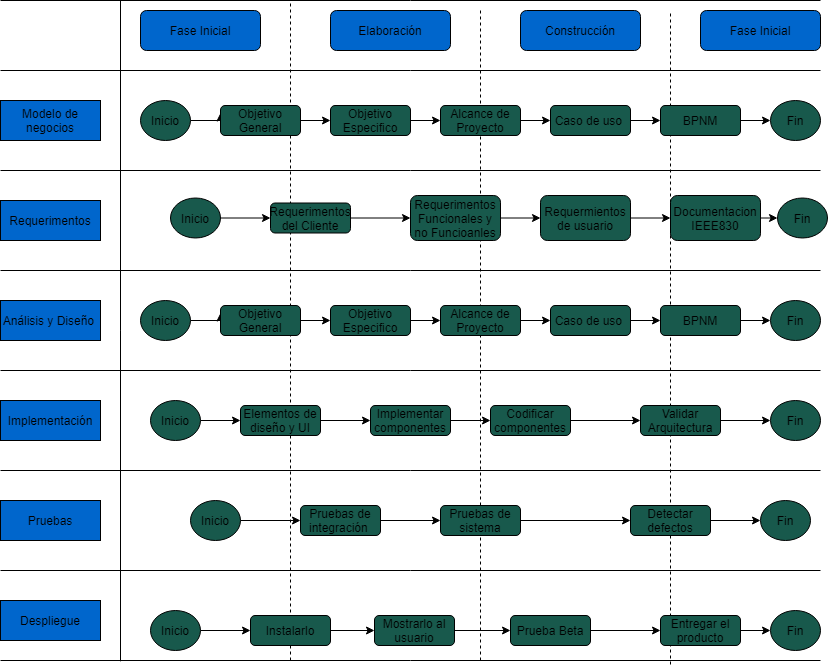
vanessamRodriguez/Analisis-Avanzado-de-Software keeps this draw.io diagram as Diagramas/Diagrama2.drawio.png. Above is the earlier version. Source tidied: cells renumbered, new cells last; positions are measured from the earlier drawing's top-left corner, leaving out a move shared by most shapes. The source it was exported from:
```xml
<mxGraphModel>
  <root>
    <mxCell id="0" />
    <mxCell id="1" parent="0" />
    <mxCell id="2" value="Modelo de negocios" style="rounded=0;whiteSpace=wrap;html=1;fillColor=#0066CC;" parent="1" vertex="1">
      <mxGeometry y="100" width="100" height="40" as="geometry" />
    </mxCell>
    <mxCell id="3" value="Requerimentos" style="rounded=0;whiteSpace=wrap;html=1;fillColor=#0066CC;" parent="1" vertex="1">
      <mxGeometry y="200" width="100" height="40" as="geometry" />
    </mxCell>
    <mxCell id="4" value="Análisis y Diseño&amp;nbsp;" style="rounded=0;whiteSpace=wrap;html=1;fillColor=#0066CC;" parent="1" vertex="1">
      <mxGeometry y="300" width="100" height="40" as="geometry" />
    </mxCell>
    <mxCell id="5" value="Implementación" style="rounded=0;whiteSpace=wrap;html=1;fillColor=#0066CC;" parent="1" vertex="1">
      <mxGeometry y="400" width="100" height="40" as="geometry" />
    </mxCell>
    <mxCell id="6" value="Pruebas" style="rounded=0;whiteSpace=wrap;html=1;fillColor=#0066CC;" parent="1" vertex="1">
      <mxGeometry y="500" width="100" height="40" as="geometry" />
    </mxCell>
    <mxCell id="7" value="Despliegue" style="rounded=0;whiteSpace=wrap;html=1;fillColor=#0066CC;" parent="1" vertex="1">
      <mxGeometry y="600" width="100" height="40" as="geometry" />
    </mxCell>
    <mxCell id="8" value="Fase Inicial" style="rounded=1;whiteSpace=wrap;html=1;fillColor=#0066CC;" parent="1" vertex="1">
      <mxGeometry x="140" y="10" width="120" height="40" as="geometry" />
    </mxCell>
    <mxCell id="9" value="Elaboración" style="rounded=1;whiteSpace=wrap;html=1;fillColor=#0066CC;" parent="1" vertex="1">
      <mxGeometry x="330" y="10" width="120" height="40" as="geometry" />
    </mxCell>
    <mxCell id="10" value="Construcción" style="rounded=1;whiteSpace=wrap;html=1;fillColor=#0066CC;" parent="1" vertex="1">
      <mxGeometry x="520" y="10" width="120" height="40" as="geometry" />
    </mxCell>
    <mxCell id="11" value="Fase Inicial" style="rounded=1;whiteSpace=wrap;html=1;fillColor=#0066CC;" parent="1" vertex="1">
      <mxGeometry x="700" y="10" width="120" height="40" as="geometry" />
    </mxCell>
    <mxCell id="12" style="endArrow=none;dashed=1;html=1;" parent="1" edge="1">
      <mxGeometry relative="1" as="geometry">
        <mxPoint x="290" y="660" as="sourcePoint" />
        <mxPoint x="290" as="targetPoint" />
      </mxGeometry>
    </mxCell>
    <mxCell id="13" style="endArrow=none;dashed=1;html=1;" parent="1" edge="1" source="81">
      <mxGeometry relative="1" as="geometry">
        <mxPoint x="480" y="10" as="targetPoint" />
      </mxGeometry>
    </mxCell>
    <mxCell id="14" style="endArrow=none;dashed=1;html=1;" parent="1" edge="1">
      <mxGeometry relative="1" as="geometry">
        <mxPoint x="670" y="664" as="sourcePoint" />
        <mxPoint x="670" y="10" as="targetPoint" />
      </mxGeometry>
    </mxCell>
    <mxCell id="15" style="edgeStyle=orthogonalEdgeStyle;rounded=0;jettySize=auto;html=1;exitX=1;exitY=0.5;exitDx=0;exitDy=0;entryX=0;entryY=0.25;entryDx=0;entryDy=0;" parent="1" edge="1" source="16" target="18">
      <mxGeometry relative="1" as="geometry" />
    </mxCell>
    <mxCell id="16" value="Inicio" style="ellipse;whiteSpace=wrap;html=1;fillColor=#18594C;" parent="1" vertex="1">
      <mxGeometry x="140" y="100" width="50" height="40" as="geometry" />
    </mxCell>
    <mxCell id="17" style="edgeStyle=orthogonalEdgeStyle;rounded=0;jettySize=auto;html=1;exitX=1;exitY=0.5;exitDx=0;exitDy=0;entryX=0;entryY=0.5;entryDx=0;entryDy=0;" parent="1" edge="1" source="18" target="20">
      <mxGeometry relative="1" as="geometry" />
    </mxCell>
    <mxCell id="18" value="Objetivo General" style="rounded=1;whiteSpace=wrap;html=1;fillColor=#18594C;" parent="1" vertex="1">
      <mxGeometry x="220" y="105" width="80" height="30" as="geometry" />
    </mxCell>
    <mxCell id="19" style="edgeStyle=orthogonalEdgeStyle;rounded=0;jettySize=auto;html=1;exitX=1;exitY=0.5;exitDx=0;exitDy=0;entryX=0;entryY=0.5;entryDx=0;entryDy=0;" parent="1" edge="1" source="20" target="22">
      <mxGeometry relative="1" as="geometry" />
    </mxCell>
    <mxCell id="20" value="Objetivo Especifico" style="rounded=1;whiteSpace=wrap;html=1;fillColor=#18594C;" parent="1" vertex="1">
      <mxGeometry x="330" y="105" width="80" height="30" as="geometry" />
    </mxCell>
    <mxCell id="21" style="edgeStyle=orthogonalEdgeStyle;rounded=0;jettySize=auto;html=1;exitX=1;exitY=0.5;exitDx=0;exitDy=0;entryX=0;entryY=0.5;entryDx=0;entryDy=0;" parent="1" edge="1" source="22" target="24">
      <mxGeometry relative="1" as="geometry" />
    </mxCell>
    <mxCell id="22" value="Alcance de Proyecto" style="rounded=1;whiteSpace=wrap;html=1;fillColor=#18594C;" parent="1" vertex="1">
      <mxGeometry x="440" y="105" width="80" height="30" as="geometry" />
    </mxCell>
    <mxCell id="23" style="edgeStyle=orthogonalEdgeStyle;rounded=0;jettySize=auto;html=1;exitX=1;exitY=0.5;exitDx=0;exitDy=0;entryX=0;entryY=0.5;entryDx=0;entryDy=0;" parent="1" edge="1" source="24" target="26">
      <mxGeometry relative="1" as="geometry" />
    </mxCell>
    <mxCell id="24" value="Caso de uso&amp;nbsp;" style="rounded=1;whiteSpace=wrap;html=1;fillColor=#18594C;" parent="1" vertex="1">
      <mxGeometry x="550" y="105" width="80" height="30" as="geometry" />
    </mxCell>
    <mxCell id="25" style="edgeStyle=orthogonalEdgeStyle;rounded=0;jettySize=auto;html=1;exitX=1;exitY=0.5;exitDx=0;exitDy=0;entryX=0;entryY=0.5;entryDx=0;entryDy=0;" parent="1" edge="1" source="26" target="27">
      <mxGeometry relative="1" as="geometry" />
    </mxCell>
    <mxCell id="26" value="BPNM" style="rounded=1;whiteSpace=wrap;html=1;fillColor=#18594C;" parent="1" vertex="1">
      <mxGeometry x="660" y="105" width="80" height="30" as="geometry" />
    </mxCell>
    <mxCell id="27" value="Fin" style="ellipse;whiteSpace=wrap;html=1;fillColor=#18594C;" parent="1" vertex="1">
      <mxGeometry x="770" y="100" width="50" height="40" as="geometry" />
    </mxCell>
    <mxCell id="28" style="edgeStyle=orthogonalEdgeStyle;rounded=0;jettySize=auto;html=1;exitX=1;exitY=0.5;exitDx=0;exitDy=0;entryX=0;entryY=0.5;entryDx=0;entryDy=0;" parent="1" edge="1" source="29" target="31">
      <mxGeometry relative="1" as="geometry" />
    </mxCell>
    <mxCell id="29" value="Inicio" style="ellipse;whiteSpace=wrap;html=1;fillColor=#18594C;" parent="1" vertex="1">
      <mxGeometry x="170" y="197.5" width="50" height="40" as="geometry" />
    </mxCell>
    <mxCell id="30" style="edgeStyle=orthogonalEdgeStyle;rounded=0;jettySize=auto;html=1;exitX=1;exitY=0.5;exitDx=0;exitDy=0;entryX=0;entryY=0.5;entryDx=0;entryDy=0;" parent="1" edge="1" source="31" target="33">
      <mxGeometry relative="1" as="geometry" />
    </mxCell>
    <mxCell id="31" value="Requerimentos del Cliente" style="rounded=1;whiteSpace=wrap;html=1;fillColor=#18594C;" parent="1" vertex="1">
      <mxGeometry x="270" y="202.5" width="80" height="30" as="geometry" />
    </mxCell>
    <mxCell id="32" style="edgeStyle=orthogonalEdgeStyle;rounded=0;jettySize=auto;html=1;exitX=1;exitY=0.5;exitDx=0;exitDy=0;entryX=0;entryY=0.5;entryDx=0;entryDy=0;" parent="1" edge="1" source="33" target="78">
      <mxGeometry relative="1" as="geometry" />
    </mxCell>
    <mxCell id="33" value="Requerimentos Funcionales y no Funcioanles" style="rounded=1;whiteSpace=wrap;html=1;fillColor=#18594C;" parent="1" vertex="1">
      <mxGeometry x="410" y="195" width="90" height="45" as="geometry" />
    </mxCell>
    <mxCell id="34" value="Fin" style="ellipse;whiteSpace=wrap;html=1;fillColor=#18594C;" parent="1" vertex="1">
      <mxGeometry x="777" y="197.5" width="50" height="40" as="geometry" />
    </mxCell>
    <mxCell id="35" style="edgeStyle=orthogonalEdgeStyle;rounded=0;jettySize=auto;html=1;exitX=1;exitY=0.5;exitDx=0;exitDy=0;entryX=0;entryY=0.25;entryDx=0;entryDy=0;" parent="1" edge="1" source="36" target="38">
      <mxGeometry relative="1" as="geometry" />
    </mxCell>
    <mxCell id="36" value="Inicio" style="ellipse;whiteSpace=wrap;html=1;fillColor=#18594C;" parent="1" vertex="1">
      <mxGeometry x="140" y="300" width="50" height="40" as="geometry" />
    </mxCell>
    <mxCell id="37" style="edgeStyle=orthogonalEdgeStyle;rounded=0;jettySize=auto;html=1;exitX=1;exitY=0.5;exitDx=0;exitDy=0;entryX=0;entryY=0.5;entryDx=0;entryDy=0;" parent="1" edge="1" source="38" target="40">
      <mxGeometry relative="1" as="geometry" />
    </mxCell>
    <mxCell id="38" value="Objetivo General" style="rounded=1;whiteSpace=wrap;html=1;fillColor=#18594C;" parent="1" vertex="1">
      <mxGeometry x="220" y="305" width="80" height="30" as="geometry" />
    </mxCell>
    <mxCell id="39" style="edgeStyle=orthogonalEdgeStyle;rounded=0;jettySize=auto;html=1;exitX=1;exitY=0.5;exitDx=0;exitDy=0;entryX=0;entryY=0.5;entryDx=0;entryDy=0;" parent="1" edge="1" source="40" target="42">
      <mxGeometry relative="1" as="geometry" />
    </mxCell>
    <mxCell id="40" value="Objetivo Especifico" style="rounded=1;whiteSpace=wrap;html=1;fillColor=#18594C;" parent="1" vertex="1">
      <mxGeometry x="330" y="305" width="80" height="30" as="geometry" />
    </mxCell>
    <mxCell id="41" style="edgeStyle=orthogonalEdgeStyle;rounded=0;jettySize=auto;html=1;exitX=1;exitY=0.5;exitDx=0;exitDy=0;entryX=0;entryY=0.5;entryDx=0;entryDy=0;" parent="1" edge="1" source="42" target="44">
      <mxGeometry relative="1" as="geometry" />
    </mxCell>
    <mxCell id="42" value="Alcance de Proyecto" style="rounded=1;whiteSpace=wrap;html=1;fillColor=#18594C;" parent="1" vertex="1">
      <mxGeometry x="440" y="305" width="80" height="30" as="geometry" />
    </mxCell>
    <mxCell id="43" style="edgeStyle=orthogonalEdgeStyle;rounded=0;jettySize=auto;html=1;exitX=1;exitY=0.5;exitDx=0;exitDy=0;entryX=0;entryY=0.5;entryDx=0;entryDy=0;" parent="1" edge="1" source="44" target="46">
      <mxGeometry relative="1" as="geometry" />
    </mxCell>
    <mxCell id="44" value="Caso de uso&amp;nbsp;" style="rounded=1;whiteSpace=wrap;html=1;fillColor=#18594C;" parent="1" vertex="1">
      <mxGeometry x="550" y="305" width="80" height="30" as="geometry" />
    </mxCell>
    <mxCell id="45" style="edgeStyle=orthogonalEdgeStyle;rounded=0;jettySize=auto;html=1;exitX=1;exitY=0.5;exitDx=0;exitDy=0;entryX=0;entryY=0.5;entryDx=0;entryDy=0;" parent="1" edge="1" source="46" target="47">
      <mxGeometry relative="1" as="geometry" />
    </mxCell>
    <mxCell id="46" value="BPNM" style="rounded=1;whiteSpace=wrap;html=1;fillColor=#18594C;" parent="1" vertex="1">
      <mxGeometry x="660" y="305" width="80" height="30" as="geometry" />
    </mxCell>
    <mxCell id="47" value="Fin" style="ellipse;whiteSpace=wrap;html=1;fillColor=#18594C;" parent="1" vertex="1">
      <mxGeometry x="770" y="300" width="50" height="40" as="geometry" />
    </mxCell>
    <mxCell id="48" style="edgeStyle=orthogonalEdgeStyle;rounded=0;jettySize=auto;html=1;exitX=1;exitY=0.5;exitDx=0;exitDy=0;entryX=0;entryY=0.5;entryDx=0;entryDy=0;" parent="1" edge="1" source="49" target="51">
      <mxGeometry relative="1" as="geometry" />
    </mxCell>
    <mxCell id="49" value="Inicio" style="ellipse;whiteSpace=wrap;html=1;fillColor=#18594C;" parent="1" vertex="1">
      <mxGeometry x="150" y="400" width="50" height="40" as="geometry" />
    </mxCell>
    <mxCell id="50" style="edgeStyle=orthogonalEdgeStyle;rounded=0;jettySize=auto;html=1;exitX=1;exitY=0.5;exitDx=0;exitDy=0;entryX=0;entryY=0.5;entryDx=0;entryDy=0;" parent="1" edge="1" source="51" target="53">
      <mxGeometry relative="1" as="geometry" />
    </mxCell>
    <mxCell id="51" value="Elementos de diseño y UI" style="rounded=1;whiteSpace=wrap;html=1;fillColor=#18594C;" parent="1" vertex="1">
      <mxGeometry x="240" y="405" width="80" height="30" as="geometry" />
    </mxCell>
    <mxCell id="52" style="edgeStyle=orthogonalEdgeStyle;rounded=0;jettySize=auto;html=1;exitX=1;exitY=0.5;exitDx=0;exitDy=0;entryX=0;entryY=0.5;entryDx=0;entryDy=0;" parent="1" edge="1" source="53" target="55">
      <mxGeometry relative="1" as="geometry" />
    </mxCell>
    <mxCell id="53" value="Implementar componentes" style="rounded=1;whiteSpace=wrap;html=1;fillColor=#18594C;" parent="1" vertex="1">
      <mxGeometry x="370" y="405" width="80" height="30" as="geometry" />
    </mxCell>
    <mxCell id="54" style="edgeStyle=orthogonalEdgeStyle;rounded=0;jettySize=auto;html=1;exitX=1;exitY=0.5;exitDx=0;exitDy=0;entryX=0;entryY=0.5;entryDx=0;entryDy=0;" parent="1" edge="1" source="55" target="57">
      <mxGeometry relative="1" as="geometry" />
    </mxCell>
    <mxCell id="55" value="Codificar componentes" style="rounded=1;whiteSpace=wrap;html=1;fillColor=#18594C;" parent="1" vertex="1">
      <mxGeometry x="490" y="405" width="80" height="30" as="geometry" />
    </mxCell>
    <mxCell id="56" style="edgeStyle=orthogonalEdgeStyle;rounded=0;jettySize=auto;html=1;exitX=1;exitY=0.5;exitDx=0;exitDy=0;entryX=0;entryY=0.5;entryDx=0;entryDy=0;" parent="1" edge="1" source="57" target="58">
      <mxGeometry relative="1" as="geometry" />
    </mxCell>
    <mxCell id="57" value="Validar Arquitectura" style="rounded=1;whiteSpace=wrap;html=1;fillColor=#18594C;" parent="1" vertex="1">
      <mxGeometry x="640" y="405" width="80" height="30" as="geometry" />
    </mxCell>
    <mxCell id="58" value="Fin" style="ellipse;whiteSpace=wrap;html=1;fillColor=#18594C;" parent="1" vertex="1">
      <mxGeometry x="770" y="400" width="50" height="40" as="geometry" />
    </mxCell>
    <mxCell id="59" style="edgeStyle=orthogonalEdgeStyle;rounded=0;jettySize=auto;html=1;exitX=1;exitY=0.5;exitDx=0;exitDy=0;entryX=0;entryY=0.5;entryDx=0;entryDy=0;" parent="1" edge="1" source="60" target="62">
      <mxGeometry relative="1" as="geometry" />
    </mxCell>
    <mxCell id="60" value="Inicio" style="ellipse;whiteSpace=wrap;html=1;fillColor=#18594C;" parent="1" vertex="1">
      <mxGeometry x="190" y="500" width="50" height="40" as="geometry" />
    </mxCell>
    <mxCell id="61" style="edgeStyle=orthogonalEdgeStyle;rounded=0;jettySize=auto;html=1;exitX=1;exitY=0.5;exitDx=0;exitDy=0;entryX=0;entryY=0.5;entryDx=0;entryDy=0;" parent="1" edge="1" source="62" target="81">
      <mxGeometry relative="1" as="geometry" />
    </mxCell>
    <mxCell id="62" value="Pruebas de integración&amp;nbsp;" style="rounded=1;whiteSpace=wrap;html=1;fillColor=#18594C;" parent="1" vertex="1">
      <mxGeometry x="300" y="505" width="80" height="30" as="geometry" />
    </mxCell>
    <mxCell id="63" style="edgeStyle=orthogonalEdgeStyle;rounded=0;jettySize=auto;html=1;exitX=1;exitY=0.5;exitDx=0;exitDy=0;entryX=0;entryY=0.5;entryDx=0;entryDy=0;" parent="1" edge="1" source="81" target="65">
      <mxGeometry relative="1" as="geometry" />
    </mxCell>
    <mxCell id="64" style="edgeStyle=orthogonalEdgeStyle;rounded=0;jettySize=auto;html=1;exitX=1;exitY=0.5;exitDx=0;exitDy=0;entryX=0;entryY=0.5;entryDx=0;entryDy=0;" parent="1" edge="1" source="65" target="66">
      <mxGeometry relative="1" as="geometry" />
    </mxCell>
    <mxCell id="65" value="Detectar defectos" style="rounded=1;whiteSpace=wrap;html=1;fillColor=#18594C;" parent="1" vertex="1">
      <mxGeometry x="630" y="505" width="80" height="30" as="geometry" />
    </mxCell>
    <mxCell id="66" value="Fin" style="ellipse;whiteSpace=wrap;html=1;fillColor=#18594C;" parent="1" vertex="1">
      <mxGeometry x="760" y="500" width="50" height="40" as="geometry" />
    </mxCell>
    <mxCell id="67" style="edgeStyle=orthogonalEdgeStyle;rounded=0;jettySize=auto;html=1;exitX=1;exitY=0.5;exitDx=0;exitDy=0;entryX=0;entryY=0.5;entryDx=0;entryDy=0;" parent="1" edge="1" source="68">
      <mxGeometry relative="1" as="geometry">
        <mxPoint x="250" y="630" as="targetPoint" />
      </mxGeometry>
    </mxCell>
    <mxCell id="68" value="Inicio" style="ellipse;whiteSpace=wrap;html=1;fillColor=#18594C;" parent="1" vertex="1">
      <mxGeometry x="150" y="610" width="50" height="40" as="geometry" />
    </mxCell>
    <mxCell id="69" style="edgeStyle=orthogonalEdgeStyle;rounded=0;jettySize=auto;html=1;exitX=1;exitY=0.5;exitDx=0;exitDy=0;entryX=0;entryY=0.5;entryDx=0;entryDy=0;" parent="1" edge="1" target="71">
      <mxGeometry relative="1" as="geometry">
        <mxPoint x="330" y="630" as="sourcePoint" />
      </mxGeometry>
    </mxCell>
    <mxCell id="70" style="edgeStyle=orthogonalEdgeStyle;rounded=0;jettySize=auto;html=1;exitX=1;exitY=0.5;exitDx=0;exitDy=0;entryX=0;entryY=0.5;entryDx=0;entryDy=0;" parent="1" edge="1" source="71" target="73">
      <mxGeometry relative="1" as="geometry" />
    </mxCell>
    <mxCell id="71" value="Mostrarlo al usuario" style="rounded=1;whiteSpace=wrap;html=1;fillColor=#18594C;" parent="1" vertex="1">
      <mxGeometry x="374" y="615" width="80" height="30" as="geometry" />
    </mxCell>
    <mxCell id="72" style="edgeStyle=orthogonalEdgeStyle;rounded=0;jettySize=auto;html=1;exitX=1;exitY=0.5;exitDx=0;exitDy=0;entryX=0;entryY=0.5;entryDx=0;entryDy=0;" parent="1" edge="1" source="73" target="75">
      <mxGeometry relative="1" as="geometry" />
    </mxCell>
    <mxCell id="73" value="Prueba Beta" style="rounded=1;whiteSpace=wrap;html=1;fillColor=#18594C;" parent="1" vertex="1">
      <mxGeometry x="510" y="615" width="80" height="30" as="geometry" />
    </mxCell>
    <mxCell id="74" style="edgeStyle=orthogonalEdgeStyle;rounded=0;jettySize=auto;html=1;exitX=1;exitY=0.5;exitDx=0;exitDy=0;entryX=0;entryY=0.5;entryDx=0;entryDy=0;" parent="1" edge="1" source="75" target="76">
      <mxGeometry relative="1" as="geometry" />
    </mxCell>
    <mxCell id="75" value="Entregar el producto" style="rounded=1;whiteSpace=wrap;html=1;fillColor=#18594C;" parent="1" vertex="1">
      <mxGeometry x="660" y="615" width="80" height="30" as="geometry" />
    </mxCell>
    <mxCell id="76" value="Fin" style="ellipse;whiteSpace=wrap;html=1;fillColor=#18594C;" parent="1" vertex="1">
      <mxGeometry x="770" y="610" width="50" height="40" as="geometry" />
    </mxCell>
    <mxCell id="77" style="edgeStyle=orthogonalEdgeStyle;rounded=0;jettySize=auto;html=1;exitX=1;exitY=0.5;exitDx=0;exitDy=0;entryX=0;entryY=0.5;entryDx=0;entryDy=0;" parent="1" edge="1" source="78" target="80">
      <mxGeometry relative="1" as="geometry" />
    </mxCell>
    <mxCell id="78" value="Requermientos de usuario" style="rounded=1;whiteSpace=wrap;html=1;fillColor=#18594C;" parent="1" vertex="1">
      <mxGeometry x="540" y="195" width="90" height="45" as="geometry" />
    </mxCell>
    <mxCell id="79" style="edgeStyle=orthogonalEdgeStyle;rounded=0;jettySize=auto;html=1;exitX=1;exitY=0.5;exitDx=0;exitDy=0;entryX=0;entryY=0.5;entryDx=0;entryDy=0;" parent="1" edge="1" source="80" target="34">
      <mxGeometry relative="1" as="geometry" />
    </mxCell>
    <mxCell id="80" value="Documentacion IEEE830" style="rounded=1;whiteSpace=wrap;html=1;fillColor=#18594C;" parent="1" vertex="1">
      <mxGeometry x="670" y="195" width="90" height="45" as="geometry" />
    </mxCell>
    <mxCell id="81" value="Pruebas de sistema" style="rounded=1;whiteSpace=wrap;html=1;fillColor=#18594C;" parent="1" vertex="1">
      <mxGeometry x="440" y="505" width="80" height="30" as="geometry" />
    </mxCell>
    <mxCell id="82" style="endArrow=none;dashed=1;html=1;" parent="1" edge="1" target="81">
      <mxGeometry relative="1" as="geometry">
        <mxPoint x="480" y="660" as="sourcePoint" />
      </mxGeometry>
    </mxCell>
    <mxCell id="83" style="endArrow=none;html=1;fillColor=#000000;" parent="1" edge="1">
      <mxGeometry relative="1" as="geometry">
        <mxPoint x="120" y="660.8" as="sourcePoint" />
        <mxPoint x="120" as="targetPoint" />
      </mxGeometry>
    </mxCell>
    <mxCell id="84" style="endArrow=none;html=1;" parent="1" edge="1">
      <mxGeometry relative="1" as="geometry">
        <mxPoint y="660" as="sourcePoint" />
        <mxPoint x="820" y="660" as="targetPoint" />
      </mxGeometry>
    </mxCell>
    <mxCell id="85" style="endArrow=none;html=1;fillColor=#000000;" parent="1" edge="1">
      <mxGeometry relative="1" as="geometry">
        <mxPoint as="sourcePoint" />
        <mxPoint x="820" as="targetPoint" />
      </mxGeometry>
    </mxCell>
    <mxCell id="86" value="Instalarlo" style="rounded=1;whiteSpace=wrap;html=1;fillColor=#18594C;" parent="1" vertex="1">
      <mxGeometry x="250" y="615" width="80" height="30" as="geometry" />
    </mxCell>
    <mxCell id="87" style="endArrow=none;html=1;fillColor=#000000;" parent="1" edge="1">
      <mxGeometry relative="1" as="geometry">
        <mxPoint y="70" as="sourcePoint" />
        <mxPoint x="820" y="70" as="targetPoint" />
      </mxGeometry>
    </mxCell>
    <mxCell id="88" style="endArrow=none;html=1;fillColor=#000000;" parent="1" edge="1">
      <mxGeometry relative="1" as="geometry">
        <mxPoint y="170" as="sourcePoint" />
        <mxPoint x="820" y="170" as="targetPoint" />
      </mxGeometry>
    </mxCell>
    <mxCell id="89" style="endArrow=none;html=1;fillColor=#000000;" parent="1" edge="1">
      <mxGeometry relative="1" as="geometry">
        <mxPoint y="270" as="sourcePoint" />
        <mxPoint x="820" y="270" as="targetPoint" />
      </mxGeometry>
    </mxCell>
    <mxCell id="90" style="endArrow=none;html=1;fillColor=#000000;" parent="1" edge="1">
      <mxGeometry relative="1" as="geometry">
        <mxPoint y="370" as="sourcePoint" />
        <mxPoint x="820" y="370" as="targetPoint" />
      </mxGeometry>
    </mxCell>
    <mxCell id="91" style="endArrow=none;html=1;fillColor=#000000;" parent="1" edge="1">
      <mxGeometry relative="1" as="geometry">
        <mxPoint y="470" as="sourcePoint" />
        <mxPoint x="820" y="470" as="targetPoint" />
      </mxGeometry>
    </mxCell>
    <mxCell id="92" style="endArrow=none;html=1;fillColor=#000000;" parent="1" edge="1">
      <mxGeometry relative="1" as="geometry">
        <mxPoint y="570" as="sourcePoint" />
        <mxPoint x="820" y="570" as="targetPoint" />
      </mxGeometry>
    </mxCell>
  </root>
</mxGraphModel>
```
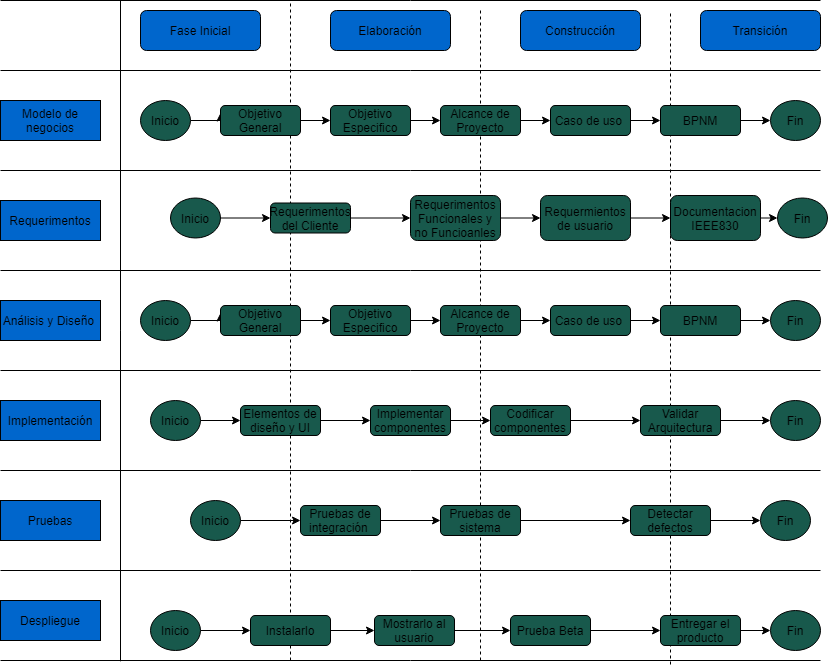
After the commit.

The edit, as a diff of the source:
```diff
@@ -29,7 +29,7 @@
     <mxCell id="10" value="Construcción" style="rounded=1;whiteSpace=wrap;html=1;fillColor=#0066CC;" parent="1" vertex="1">
       <mxGeometry x="520" y="10" width="120" height="40" as="geometry" />
     </mxCell>
-    <mxCell id="11" value="Fase Inicial" style="rounded=1;whiteSpace=wrap;html=1;fillColor=#0066CC;" parent="1" vertex="1">
+    <mxCell id="11" value="Transición" style="rounded=1;whiteSpace=wrap;html=1;fillColor=#0066CC;" parent="1" vertex="1">
       <mxGeometry x="700" y="10" width="120" height="40" as="geometry" />
     </mxCell>
     <mxCell id="12" style="endArrow=none;dashed=1;html=1;" parent="1" edge="1">
```
